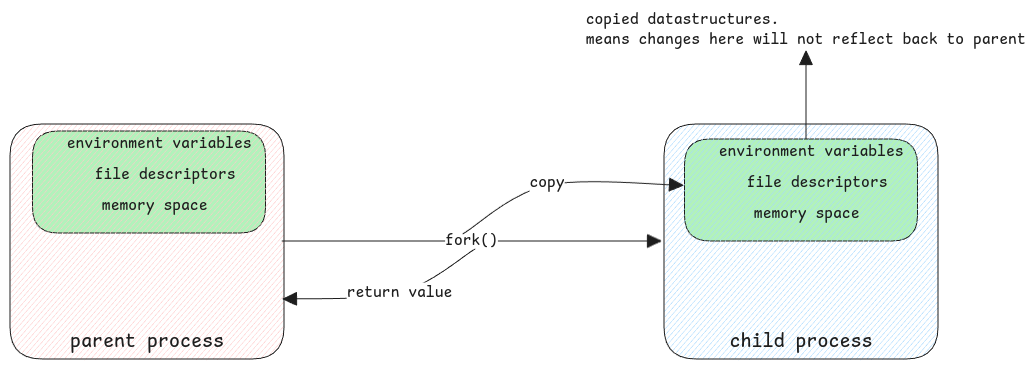
swaroopar/inprogress-engineer keeps this Excalidraw diagram as static/img/fork-process-duplication.excalidraw.png. Above is the earlier version. Source tidied: one line per element, renumbered; positions are measured from the earlier drawing's top-left corner, leaving out a move shared by most shapes.
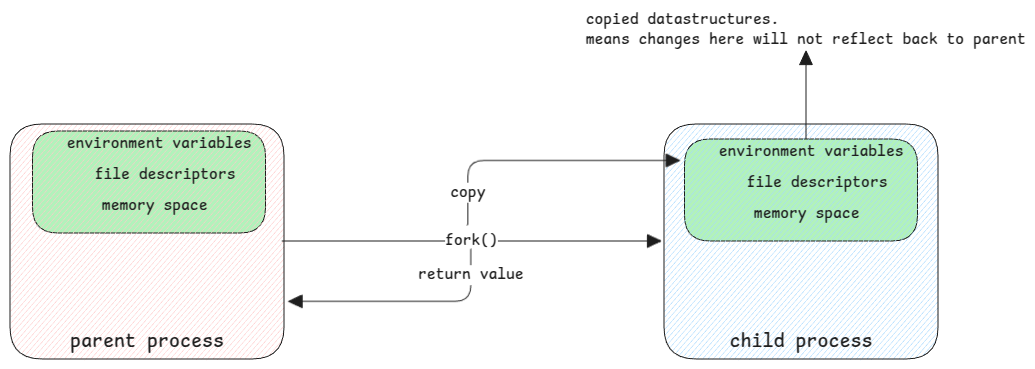
After the commit.

What changed in the source:
```diff
@@ -9,11 +9,11 @@
 {"id": 8, "type": "text", "text": "environment variables", "strokeColor": "#1e1e1e", "strokeWidth": 1, "roughness": 0, "fontSize": 16, "fontFamily": 8, "x": 709, "y": 132, "width": 185, "height": 20}
 {"id": 9, "type": "text", "text": "file descriptors", "strokeColor": "#1e1e1e", "strokeWidth": 1, "roughness": 0, "fontSize": 16, "fontFamily": 8, "x": 737, "y": 163, "width": 141, "height": 20}
 {"id": 10, "type": "text", "text": "memory space", "strokeColor": "#1e1e1e", "strokeWidth": 1, "roughness": 0, "fontSize": 16, "fontFamily": 8, "x": 744, "y": 194, "width": 106, "height": 20}
-{"id": 11, "type": "arrow", "strokeColor": "#1e1e1e", "strokeWidth": 1, "roughness": 0, "endArrowhead": "triangle", "round": true, "x": 453, "y": 222, "width": 220, "height": 49, "points": [[0, 0], [84, -49], [220, -49]]}
+{"id": 11, "type": "arrow", "strokeColor": "#1e1e1e", "strokeWidth": 1, "roughness": 0, "endArrowhead": "triangle", "to": 1, "x": 457, "y": 215, "width": 213, "height": 65, "points": [[0, 0], [1, 0], [1, -65], [213, -65]]}
 {"id": 12, "type": "text", "text": "copy", "strokeColor": "#1e1e1e", "strokeWidth": 1, "roughness": 0, "fontSize": 16, "fontFamily": 8, "textAlign": "center", "verticalAlign": "middle", "inside": 11, "x": 519, "y": 163, "width": 35, "height": 20}
 {"id": 13, "type": "arrow", "strokeColor": "#1e1e1e", "strokeWidth": 1, "roughness": 0, "endArrowhead": "triangle", "round": true, "x": 796, "y": 129, "width": 0, "height": 88, "points": [[0, 0], [0, -88]]}
 {"id": 14, "type": "text", "text": "copied datastructures. \nmeans changes here will not reflect back to parent", "strokeColor": "#1e1e1e", "strokeWidth": 1, "roughness": 0, "fontSize": 16, "fontFamily": 8, "x": 576, "y": 0, "width": 440, "height": 40}
-{"id": 15, "type": "arrow", "strokeColor": "#1e1e1e", "backgroundColor": "#b2f2bb", "fillStyle": "hachure", "strokeWidth": 1, "roughness": 0, "endArrowhead": "triangle", "round": true, "x": 465, "y": 239, "width": 192, "height": 50, "points": [[0, 0], [-76, 44], [-192, 50]]}
+{"id": 15, "type": "arrow", "strokeColor": "#1e1e1e", "backgroundColor": "#b2f2bb", "fillStyle": "hachure", "strokeWidth": 1, "roughness": 0, "endArrowhead": "triangle", "to": 2, "x": 461, "y": 239, "width": 182, "height": 52, "points": [[0, 0], [0, 0], [0, 52], [-182, 52]]}
 {"id": 16, "type": "text", "text": "return value", "strokeColor": "#1e1e1e", "backgroundColor": "#b2f2bb", "fillStyle": "hachure", "strokeWidth": 1, "roughness": 0, "fontSize": 16, "fontFamily": 8, "textAlign": "center", "verticalAlign": "middle", "inside": 15, "x": 337, "y": 273, "width": 106, "height": 20}
 {"id": 17, "type": "text", "text": "environment variables", "strokeColor": "#1e1e1e", "strokeWidth": 1, "roughness": 0, "fontSize": 16, "fontFamily": 8, "x": 57, "y": 124, "width": 185, "height": 20}
 {"id": 18, "type": "text", "text": "file descriptors", "strokeColor": "#1e1e1e", "strokeWidth": 1, "roughness": 0, "fontSize": 16, "fontFamily": 8, "x": 85, "y": 155, "width": 141, "height": 20}
```
